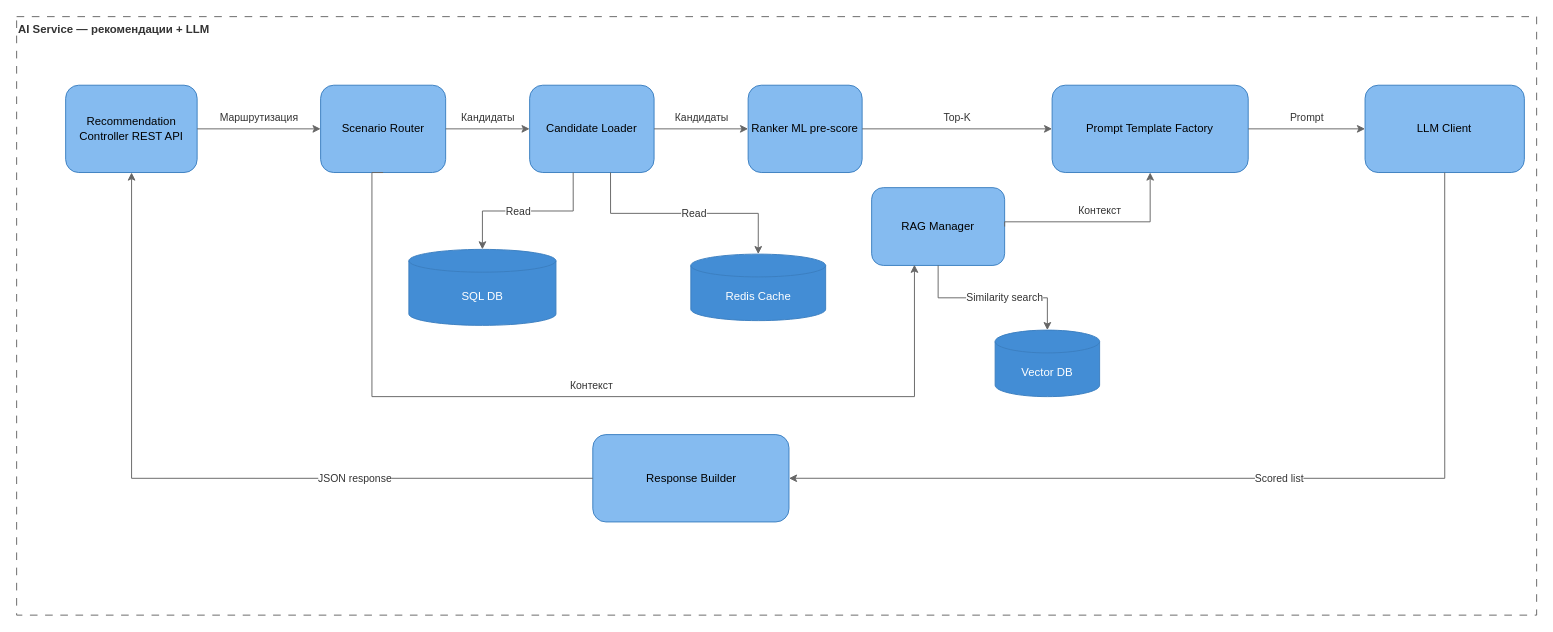
YuesIt17/yuit-docs-ai-architect keeps this draw.io diagram as hw-2/diagrams/c3-ai-service-recsys.drawio. Above is the earlier version. Source tidied: cells renumbered, new cells numbered last; positions are measured from the earlier drawing's top-left corner, leaving out a move shared by most shapes. Both pictures are drawn from the tidied source at 95%, with x=0, y=0 at pixel (16, 16).
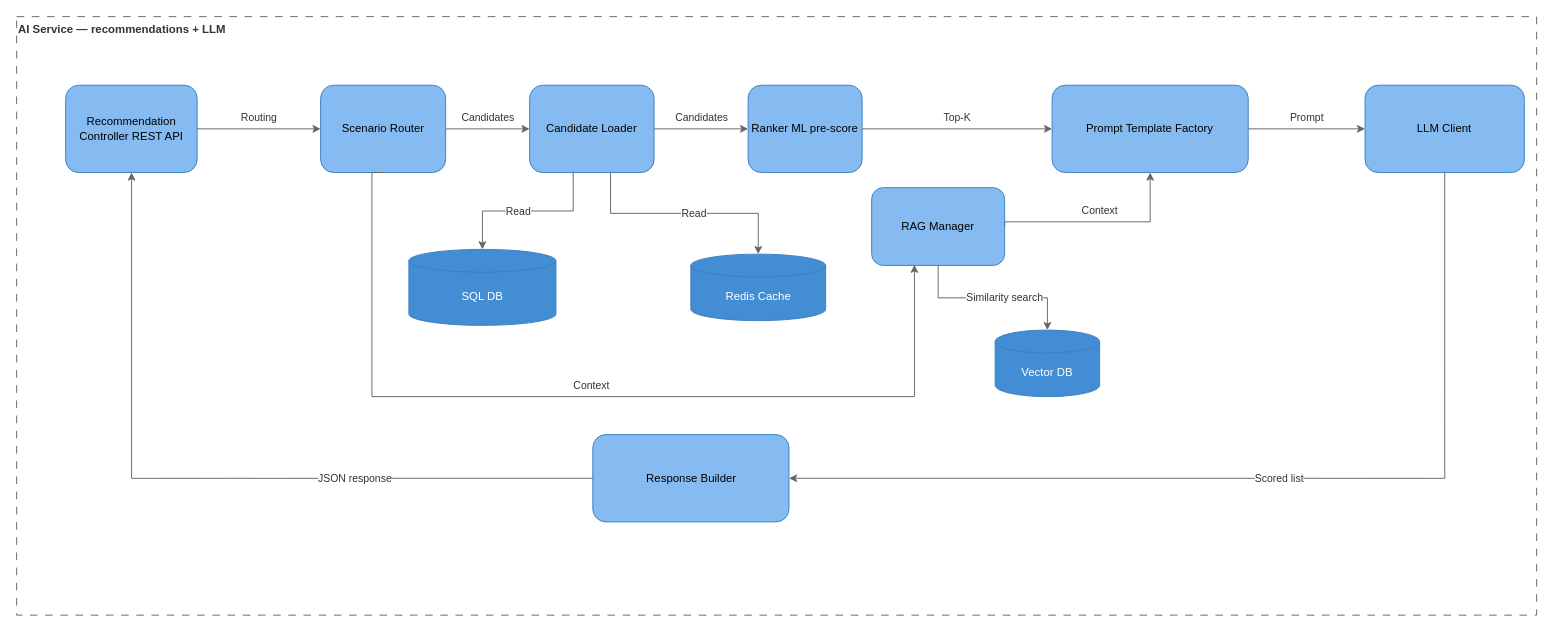
After the change.

The change refers to these unchanged cells:
```xml
<mxCell id="3" value="Recommendation Controller&amp;#10;REST API" style="rounded=1;whiteSpace=wrap;html=1;fillColor=#85BBF0;strokeColor=#3C7FC0;fontColor=#000000;align=center;" parent="2" vertex="1">
  <mxGeometry x="51.6" y="72.2" width="138.4" height="91.9" as="geometry" />
</mxCell>
<mxCell id="4" value="Scenario Router" style="rounded=1;whiteSpace=wrap;html=1;fillColor=#85BBF0;strokeColor=#3C7FC0;fontColor=#000000;align=center;" parent="2" vertex="1">
  <mxGeometry x="320" y="72.2" width="131.6" height="91.9" as="geometry" />
</mxCell>
<mxCell id="5" value="Candidate Loader" style="rounded=1;whiteSpace=wrap;html=1;fillColor=#85BBF0;strokeColor=#3C7FC0;fontColor=#000000;align=center;" parent="2" vertex="1">
  <mxGeometry x="540" y="72.2" width="131" height="91.9" as="geometry" />
</mxCell>
<mxCell id="6" value="Ranker&amp;#10;ML pre-score" style="rounded=1;whiteSpace=wrap;html=1;fillColor=#85BBF0;strokeColor=#3C7FC0;fontColor=#000000;align=center;" parent="2" vertex="1">
  <mxGeometry x="770" y="72.2" width="120" height="91.9" as="geometry" />
</mxCell>
<mxCell id="7" value="RAG Manager" style="rounded=1;whiteSpace=wrap;html=1;fillColor=#85BBF0;strokeColor=#3C7FC0;fontColor=#000000;align=center;" parent="2" vertex="1">
  <mxGeometry x="900" y="180" width="140" height="81.9" as="geometry" />
</mxCell>
<mxCell id="8" value="Prompt Template&amp;#10;Factory" style="rounded=1;whiteSpace=wrap;html=1;fillColor=#85BBF0;strokeColor=#3C7FC0;fontColor=#000000;align=center;" parent="2" vertex="1">
  <mxGeometry x="1090" y="72.2" width="206.4" height="91.9" as="geometry" />
</mxCell>
```

Change to the diagram source:
```diff
@@
-    <mxCell id="2" value="AI Service — рекомендации + LLM" style="rounded=0;whiteSpace=wrap;html=1;dashed=1;dashPattern=8 8;fillColor=none;strokeColor=#666666;align=left;verticalAlign=top;fontStyle=1;fontColor=#333333;" parent="1" vertex="1">
+    <mxCell id="2" value="AI Service — recommendations + LLM" style="rounded=0;whiteSpace=wrap;html=1;dashed=1;dashPattern=8 8;fillColor=none;strokeColor=#666666;align=left;verticalAlign=top;fontStyle=1;fontColor=#333333;" parent="1" vertex="1">
       <mxGeometry width="1600" height="630" as="geometry" />
     </mxCell>
@@
-    <mxCell id="14" value="Маршрутизация" style="edgeStyle=orthogonalEdgeStyle;rounded=0;jettySize=auto;html=1;strokeColor=#666666;fontColor=#333333;labelBackgroundColor=#ffffff;exitX=1;exitY=0.5;exitDx=0;exitDy=0;entryX=0;entryY=0.5;entryDx=0;entryDy=0;" parent="2" edge="1" source="3" target="4">
+    <mxCell id="14" value="Routing" style="edgeStyle=orthogonalEdgeStyle;rounded=0;jettySize=auto;html=1;strokeColor=#666666;fontColor=#333333;labelBackgroundColor=#ffffff;exitX=1;exitY=0.5;exitDx=0;exitDy=0;entryX=0;entryY=0.5;entryDx=0;entryDy=0;" parent="2" edge="1" source="3" target="4">
       <mxGeometry relative="1" as="geometry">
         <mxPoint y="-12" as="offset" />
       </mxGeometry>
     </mxCell>
-    <mxCell id="15" value="Кандидаты" style="edgeStyle=orthogonalEdgeStyle;rounded=0;jettySize=auto;html=1;strokeColor=#666666;fontColor=#333333;labelBackgroundColor=#ffffff;exitX=1;exitY=0.5;exitDx=0;exitDy=0;entryX=0;entryY=0.5;entryDx=0;entryDy=0;" parent="2" edge="1" source="4" target="5">
+    <mxCell id="15" value="Candidates" style="edgeStyle=orthogonalEdgeStyle;rounded=0;jettySize=auto;html=1;strokeColor=#666666;fontColor=#333333;labelBackgroundColor=#ffffff;exitX=1;exitY=0.5;exitDx=0;exitDy=0;entryX=0;entryY=0.5;entryDx=0;entryDy=0;" parent="2" edge="1" source="4" target="5">
       <mxGeometry relative="1" as="geometry">
         <mxPoint y="-12" as="offset" />
       </mxGeometry>
     </mxCell>
-    <mxCell id="16" value="Кандидаты" style="edgeStyle=orthogonalEdgeStyle;rounded=0;jettySize=auto;html=1;strokeColor=#666666;fontColor=#333333;labelBackgroundColor=#ffffff;exitX=1;exitY=0.5;exitDx=0;exitDy=0;entryX=0;entryY=0.5;entryDx=0;entryDy=0;" parent="2" edge="1" source="5" target="6">
+    <mxCell id="16" value="Candidates" style="edgeStyle=orthogonalEdgeStyle;rounded=0;jettySize=auto;html=1;strokeColor=#666666;fontColor=#333333;labelBackgroundColor=#ffffff;exitX=1;exitY=0.5;exitDx=0;exitDy=0;entryX=0;entryY=0.5;entryDx=0;entryDy=0;" parent="2" edge="1" source="5" target="6">
       <mxGeometry relative="1" as="geometry">
         <mxPoint y="-12" as="offset" />
       </mxGeometry>
     </mxCell>
-    <mxCell id="17" value="Контекст" style="edgeStyle=orthogonalEdgeStyle;rounded=0;jettySize=auto;html=1;strokeColor=#666666;fontColor=#333333;labelBackgroundColor=#ffffff;exitX=0.5;exitY=1;exitDx=0;exitDy=0;entryX=0.322;entryY=0.991;entryDx=0;entryDy=0;entryPerimeter=0;" parent="2" edge="1" source="4" target="7">
+    <mxCell id="17" value="Context" style="edgeStyle=orthogonalEdgeStyle;rounded=0;jettySize=auto;html=1;strokeColor=#666666;fontColor=#333333;labelBackgroundColor=#ffffff;exitX=0.5;exitY=1;exitDx=0;exitDy=0;entryX=0.322;entryY=0.991;entryDx=0;entryDy=0;entryPerimeter=0;" parent="2" edge="1" source="4" target="7">
       <mxGeometry relative="1" as="geometry">
         <Array as="points">
           <mxPoint x="374" y="164" />
           <mxPoint x="374" y="400" />
           <mxPoint x="945" y="400" />
         </Array>
         <mxPoint y="-12" as="offset" />
       </mxGeometry>
     </mxCell>
@@
-    <mxCell id="19" value="Контекст" style="edgeStyle=orthogonalEdgeStyle;rounded=0;jettySize=auto;html=1;strokeColor=#666666;fontColor=#333333;labelBackgroundColor=#ffffff;exitX=1;exitY=0.5;exitDx=0;exitDy=0;entryX=0.5;entryY=1;entryDx=0;entryDy=0;" parent="2" edge="1" source="7" target="8">
+    <mxCell id="19" value="Context" style="edgeStyle=orthogonalEdgeStyle;rounded=0;jettySize=auto;html=1;strokeColor=#666666;fontColor=#333333;labelBackgroundColor=#ffffff;exitX=1;exitY=0.5;exitDx=0;exitDy=0;entryX=0.5;entryY=1;entryDx=0;entryDy=0;" parent="2" edge="1" source="7" target="8">
       <mxGeometry relative="1" as="geometry">
         <Array as="points">
           <mxPoint x="1193" y="216" />
         </Array>
         <mxPoint y="-12" as="offset" />
       </mxGeometry>
     </mxCell>
```
